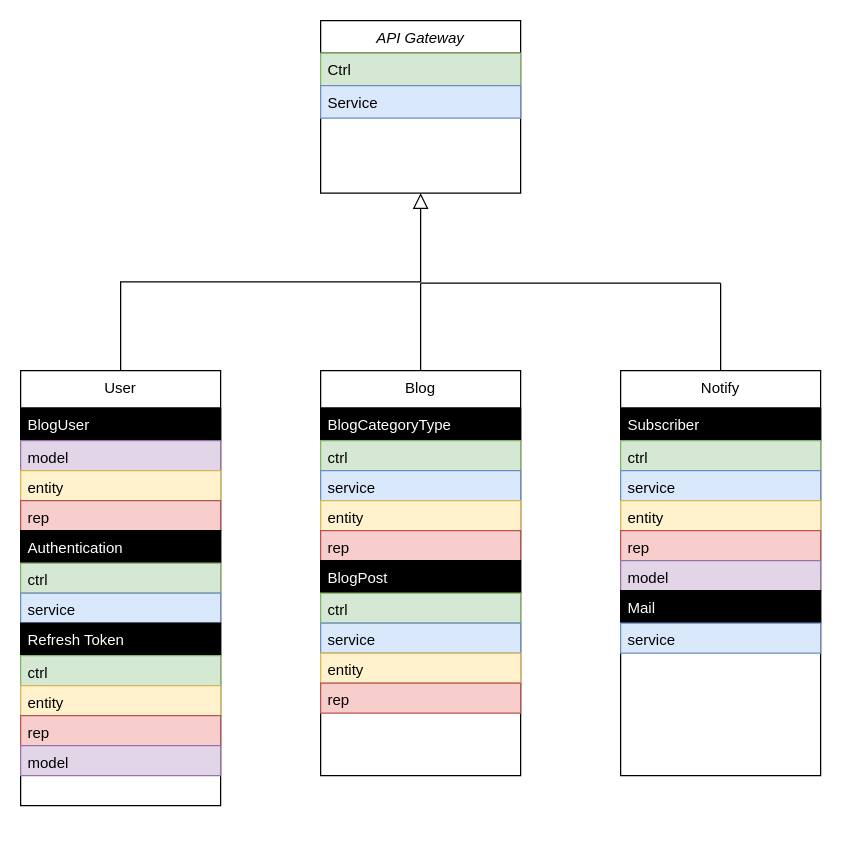
The draw.io diagram specification.drawio in htmlacademy-nestjs/160701-readme-3, before the edit. Source tidied: cells renumbered, new cells numbered last; positions are measured from the earlier drawing's top-left corner, leaving out a move shared by most shapes. Both pictures are drawn from the tidied source at 125%, with x=0, y=0 at pixel (20, 20).
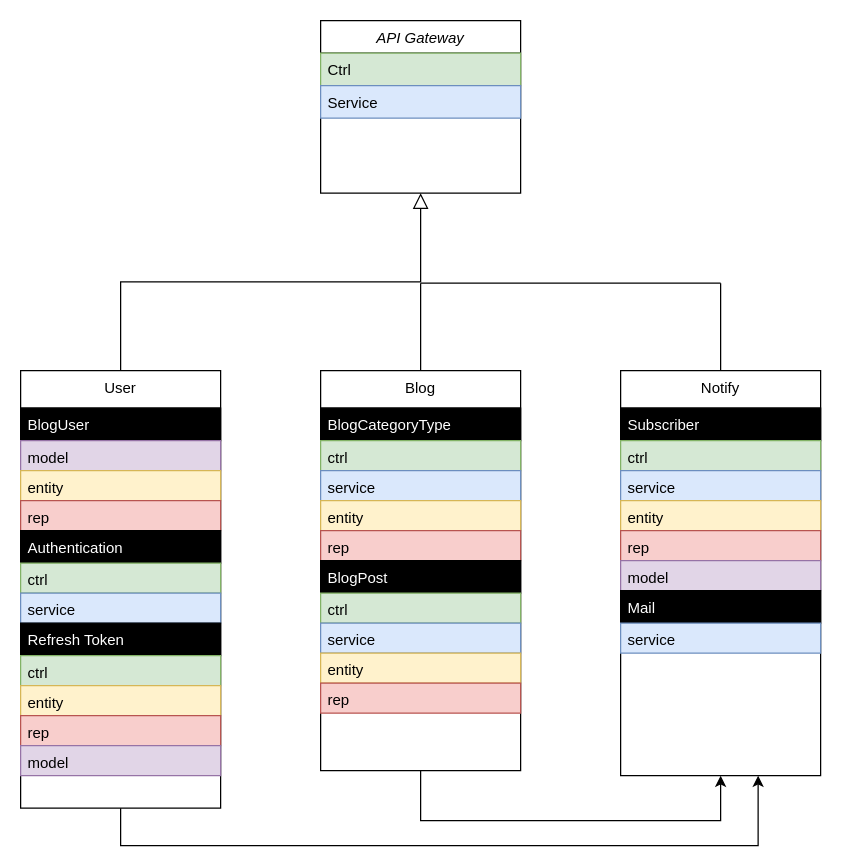
The same page after the edit.

Commit message:
Update: Cхема проекта

The change refers to these unchanged cells:
```xml
<mxCell id="31" value="Notify" style="swimlane;fontStyle=0;align=center;verticalAlign=top;horizontal=1;startSize=30;rounded=0;shadow=0;strokeWidth=1;" parent="1" vertex="1">
  <mxGeometry x="480" y="280" width="160" height="324" as="geometry" />
</mxCell>
```

Diff of the diagram source:
```diff
@@
     <mxCell id="6" value="User" style="swimlane;fontStyle=0;align=center;verticalAlign=top;horizontal=1;startSize=30;rounded=0;shadow=0;strokeWidth=1;" parent="1" vertex="1">
-      <mxGeometry y="280" width="160" height="348" as="geometry" />
+      <mxGeometry y="280" width="160" height="350" as="geometry" />
     </mxCell>
@@
     <mxCell id="20" value="Blog" style="swimlane;fontStyle=0;align=center;verticalAlign=top;horizontal=1;startSize=30;rounded=0;shadow=0;strokeWidth=1;" parent="1" vertex="1">
-      <mxGeometry x="240" y="280" width="160" height="324" as="geometry" />
+      <mxGeometry x="240" y="280" width="160" height="320" as="geometry" />
     </mxCell>
@@
+    <mxCell id="43" style="endArrow=classic;html=1;rounded=0;entryX=0.5;entryY=1;entryDx=0;entryDy=0;" parent="1" edge="1" target="31">
+      <mxGeometry relative="1" as="geometry">
+        <mxPoint x="320" y="640" as="sourcePoint" />
+        <Array as="points">
+          <mxPoint x="320" y="600" />
+          <mxPoint x="320" y="640" />
+          <mxPoint x="560" y="640" />
+        </Array>
+      </mxGeometry>
+    </mxCell>
+    <mxCell id="44" style="endArrow=classic;html=1;rounded=0;" parent="1" edge="1">
+      <mxGeometry relative="1" as="geometry">
+        <mxPoint x="80" y="660" as="sourcePoint" />
+        <mxPoint x="590" y="604" as="targetPoint" />
+        <Array as="points">
+          <mxPoint x="80" y="660" />
+          <mxPoint x="80" y="630" />
+          <mxPoint x="80" y="660" />
+          <mxPoint x="590" y="660" />
+        </Array>
+      </mxGeometry>
+    </mxCell>
```
